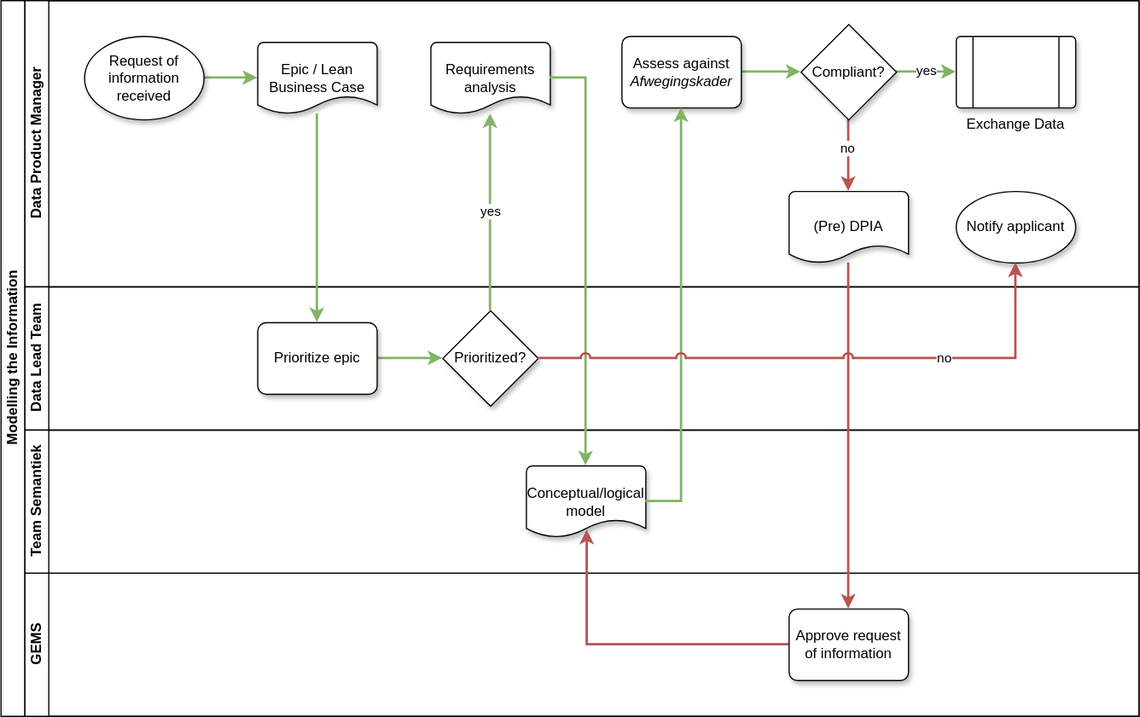
Earlier version of the draw.io export docs/assets/images/process/modelling-the-information.drawio.svg (Netbeheer-Nederland/data-products). Source tidied: cells renumbered, new cells last; positions are measured from the earlier drawing's top-left corner, leaving out a move shared by most shapes.
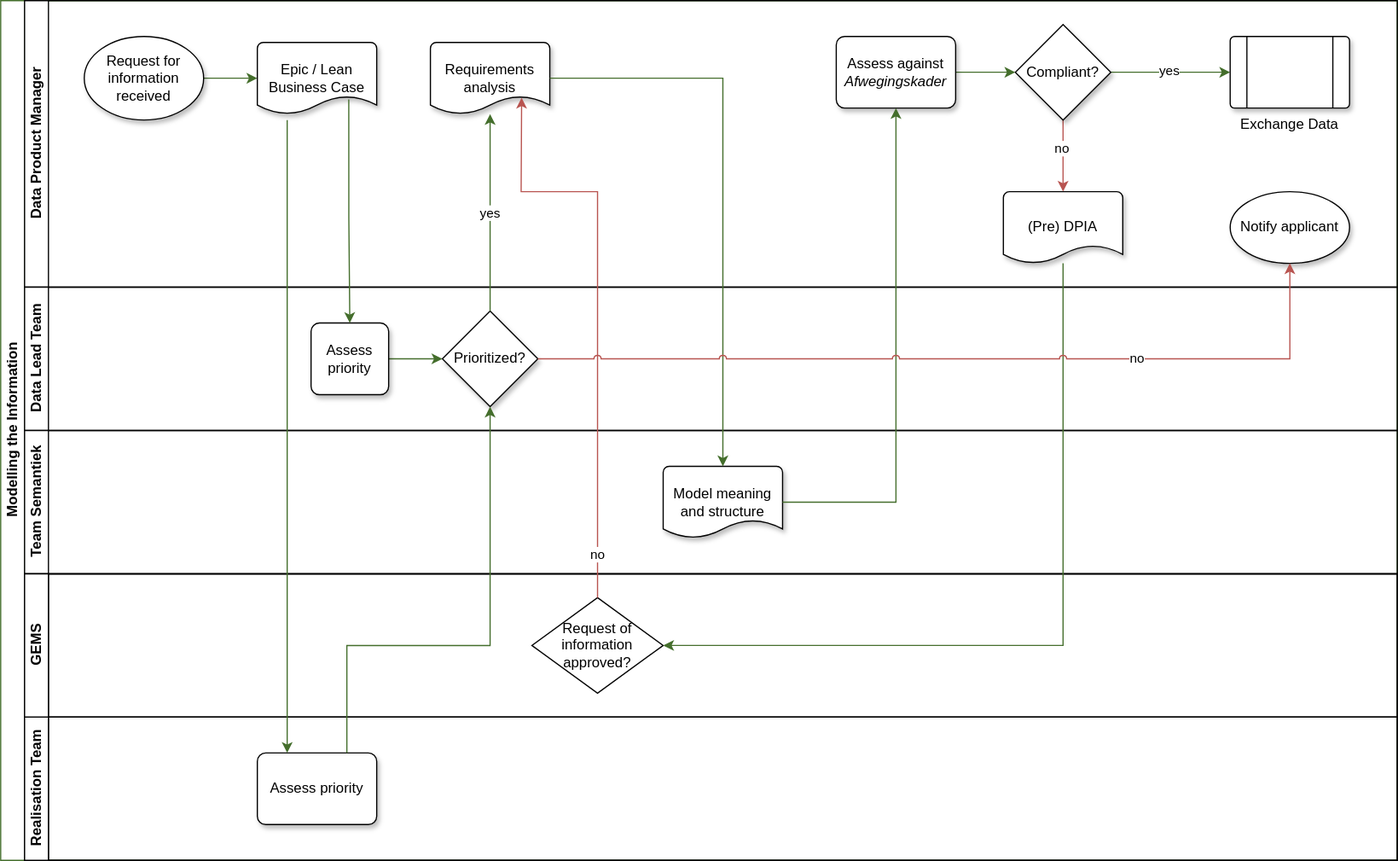
The same file after the commit.

Change to the diagram source:
```diff
@@ -2,113 +2,146 @@
   <root>
     <mxCell id="0" />
     <mxCell id="1" parent="0" />
-    <mxCell id="2" value="Modelling the Information" style="swimlane;html=1;horizontal=0;startSize=20;fontFamily=Helvetica;" parent="1" vertex="1">
-      <mxGeometry width="953" height="600" as="geometry" />
+    <mxCell id="2" value="Modelling the Information" style="swimlane;html=1;horizontal=0;startSize=20;fontFamily=Helvetica;strokeColor=#446E2C;" parent="1" vertex="1">
+      <mxGeometry width="1170" height="720" as="geometry" />
     </mxCell>
-    <mxCell id="3" value="Data Product Manager" style="swimlane;html=1;startSize=20;horizontal=0;fontFamily=Helvetica;" parent="2" vertex="1">
-      <mxGeometry x="20" width="933" height="240" as="geometry" />
+    <mxCell id="3" value="Data Product Manager" style="swimlane;html=1;startSize=20;horizontal=0;fontFamily=Helvetica;strokeColor=light-dark(#000000,#000000);" parent="2" vertex="1">
+      <mxGeometry x="20" width="1150" height="240" as="geometry" />
     </mxCell>
-    <mxCell id="4" style="edgeStyle=orthogonalEdgeStyle;rounded=0;jettySize=auto;html=1;fillColor=#d5e8d4;strokeColor=#82b366;strokeWidth=2;fontFamily=Helvetica;" parent="3" edge="1" source="5" target="6">
-      <mxGeometry relative="1" as="geometry" />
-    </mxCell>
-    <mxCell id="5" value="&lt;div&gt;Request of information&lt;/div&gt;received" style="strokeWidth=1;html=1;shape=mxgraph.flowchart.start_1;whiteSpace=wrap;fontFamily=Helvetica;textShadow=0;shadow=1;" parent="3" vertex="1">
-      <mxGeometry x="50" y="30" width="100" height="70" as="geometry" />
-    </mxCell>
+    <mxCell id="33" style="edgeStyle=orthogonalEdgeStyle;rounded=0;jettySize=auto;html=1;fillColor=#d5e8d4;strokeColor=light-dark(#446E2C,#446E2C);strokeWidth=1;fontFamily=Helvetica;" parent="3" edge="1" source="34" target="6">
+      <mxGeometry relative="1" as="geometry" />
+    </mxCell>
+    <mxCell id="34" value="&lt;div&gt;Request for information&lt;/div&gt;received" style="strokeWidth=1;html=1;shape=mxgraph.flowchart.start_1;whiteSpace=wrap;fontFamily=Helvetica;textShadow=0;shadow=1;strokeColor=#000000;" parent="3" vertex="1">
+      <mxGeometry x="50" y="30" width="100" height="70" as="geometry" />
+    </mxCell>
-    <mxCell id="6" value="&lt;div&gt;Epic / Lean Business Case&lt;/div&gt;" style="strokeWidth=1;html=1;shape=mxgraph.flowchart.document2;whiteSpace=wrap;size=0.25;fontFamily=Helvetica;textShadow=0;shadow=1;" parent="3" vertex="1">
+    <mxCell id="6" value="&lt;div&gt;Epic / Lean Business Case&lt;/div&gt;" style="strokeWidth=1;html=1;shape=mxgraph.flowchart.document2;whiteSpace=wrap;size=0.25;fontFamily=Helvetica;textShadow=0;shadow=1;strokeColor=#000000;" parent="3" vertex="1">
       <mxGeometry x="195" y="35" width="100" height="60" as="geometry" />
     </mxCell>
-    <mxCell id="7" value="Requirements analysis" style="strokeWidth=1;html=1;shape=mxgraph.flowchart.document2;whiteSpace=wrap;size=0.25;fontFamily=Helvetica;textShadow=0;shadow=1;" parent="3" vertex="1">
+    <mxCell id="7" value="Requirements analysis" style="strokeWidth=1;html=1;shape=mxgraph.flowchart.document2;whiteSpace=wrap;size=0.25;fontFamily=Helvetica;textShadow=0;shadow=1;strokeColor=#000000;" parent="3" vertex="1">
       <mxGeometry x="340" y="35" width="100" height="60" as="geometry" />
     </mxCell>
+    <mxCell id="18" value="Data Lead Team" style="swimlane;html=1;startSize=20;horizontal=0;fontFamily=Helvetica;strokeColor=light-dark(#000000,#000000);" parent="2" vertex="1">
+      <mxGeometry x="20" y="240" width="1150" height="120" as="geometry" />
+    </mxCell>
+    <mxCell id="35" style="edgeStyle=orthogonalEdgeStyle;rounded=0;jettySize=auto;html=1;fillColor=#d5e8d4;strokeColor=light-dark(#446E2C,#446E2C);strokeWidth=1;fontFamily=Helvetica;" parent="18" edge="1" source="36" target="21">
+      <mxGeometry relative="1" as="geometry" />
+    </mxCell>
+    <mxCell id="36" value="Assess priority" style="rounded=1;whiteSpace=wrap;html=1;absoluteArcSize=1;arcSize=14;strokeWidth=1;fontFamily=Helvetica;textShadow=0;shadow=1;strokeColor=#000000;" parent="18" vertex="1">
+      <mxGeometry x="240" y="30" width="65" height="60" as="geometry" />
+    </mxCell>
+    <mxCell id="21" value="Prioritized?" style="strokeWidth=1;html=1;shape=mxgraph.flowchart.decision;whiteSpace=wrap;fontFamily=Helvetica;textShadow=0;shadow=1;strokeColor=#000000;" parent="18" vertex="1">
+      <mxGeometry x="350" y="20" width="80" height="80" as="geometry" />
+    </mxCell>
+    <mxCell id="22" value="Team Semantiek" style="swimlane;html=1;startSize=20;horizontal=0;fontFamily=Helvetica;strokeColor=light-dark(#000000,#000000);" parent="2" vertex="1">
+      <mxGeometry x="20" y="360" width="1150" height="120" as="geometry" />
+    </mxCell>
+    <mxCell id="37" value="Model meaning and structure" style="strokeWidth=1;html=1;shape=mxgraph.flowchart.document2;whiteSpace=wrap;size=0.25;fontFamily=Helvetica;textShadow=0;shadow=1;strokeColor=#000000;" parent="22" vertex="1">
+      <mxGeometry x="535" y="30" width="100" height="60" as="geometry" />
+    </mxCell>
+    <mxCell id="38" style="swimlane;html=1;startSize=20;horizontal=0;fontFamily=Helvetica;strokeColor=light-dark(#000000,#000000);" parent="2" vertex="1">
+      <mxGeometry x="20" y="480" width="1150" height="120" as="geometry" />
+    </mxCell>
+    <mxCell id="39" style="swimlane;html=1;startSize=20;horizontal=0;fontFamily=Helvetica;strokeColor=light-dark(#000000,#000000);" parent="2" vertex="1">
+      <mxGeometry x="20" y="600" width="1150" height="120" as="geometry" />
+    </mxCell>
+    <mxCell id="40" style="endArrow=classic;html=1;rounded=0;exitX=1;exitY=0.5;exitDx=0;exitDy=0;exitPerimeter=0;entryX=0.5;entryY=0;entryDx=0;entryDy=0;entryPerimeter=0;fillColor=#d5e8d4;strokeColor=light-dark(#446E2C,#446E2C);strokeWidth=1;fontFamily=Helvetica;" parent="2" edge="1" source="7" target="37">
+      <mxGeometry relative="1" as="geometry">
+        <Array as="points">
+          <mxPoint x="605" y="65" />
+        </Array>
+      </mxGeometry>
+    </mxCell>
+    <mxCell id="41" style="edgeStyle=orthogonalEdgeStyle;rounded=0;jettySize=auto;html=1;fillColor=#d5e8d4;strokeColor=light-dark(#446E2C,#446E2C);strokeWidth=1;fontFamily=Helvetica;exitX=0.766;exitY=0.796;exitDx=0;exitDy=0;exitPerimeter=0;" parent="2" edge="1" source="6" target="36">
+      <mxGeometry relative="1" as="geometry" />
+    </mxCell>
+    <mxCell id="28" value="yes" style="edgeStyle=orthogonalEdgeStyle;rounded=0;jettySize=auto;html=1;fillColor=#d5e8d4;strokeColor=light-dark(#446E2C,#446E2C);strokeWidth=1;fontFamily=Helvetica;" parent="2" edge="1" source="21" target="7">
+      <mxGeometry relative="1" as="geometry" />
+    </mxCell>
+    <mxCell id="24" value="GEMS" style="swimlane;html=1;startSize=20;horizontal=0;fontFamily=Helvetica;strokeColor=default;" parent="1" vertex="1">
+      <mxGeometry x="20" y="480" width="1150" height="120" as="geometry" />
+    </mxCell>
+    <mxCell id="42" value="Request of information approved?" style="rhombus;whiteSpace=wrap;html=1;" parent="24" vertex="1">
+      <mxGeometry x="425" y="20" width="110" height="80" as="geometry" />
+    </mxCell>
+    <mxCell id="43" value="Realisation Team" style="swimlane;html=1;startSize=20;horizontal=0;fontFamily=Helvetica;strokeColor=default;" parent="1" vertex="1">
+      <mxGeometry x="20" y="600" width="1150" height="120" as="geometry" />
+    </mxCell>
+    <mxCell id="44" value="Assess priority" style="rounded=1;whiteSpace=wrap;html=1;absoluteArcSize=1;arcSize=14;strokeWidth=1;fontFamily=Helvetica;textShadow=0;shadow=1;strokeColor=#000000;" parent="43" vertex="1">
+      <mxGeometry x="195" y="30" width="100" height="60" as="geometry" />
+    </mxCell>
+    <mxCell id="45" style="endArrow=classic;html=1;rounded=0;fillColor=#f8cecc;strokeColor=light-dark(#446E2C,#446E2C);strokeWidth=1;fontFamily=Helvetica;entryX=1;entryY=0.5;entryDx=0;entryDy=0;" parent="1" edge="1" source="15" target="42">
+      <mxGeometry relative="1" as="geometry">
+        <Array as="points">
+          <mxPoint x="890" y="540" />
+        </Array>
+      </mxGeometry>
+    </mxCell>
+    <mxCell id="46" style="edgeStyle=orthogonalEdgeStyle;rounded=0;jettySize=auto;html=1;entryX=0.25;entryY=0;entryDx=0;entryDy=0;strokeColor=light-dark(#446E2C,#446E2C);strokeWidth=1;" parent="1" edge="1" target="44">
+      <mxGeometry relative="1" as="geometry">
+        <mxPoint x="240" y="100" as="sourcePoint" />
+      </mxGeometry>
+    </mxCell>
+    <mxCell id="47" style="edgeStyle=orthogonalEdgeStyle;rounded=0;jettySize=auto;html=1;exitX=0.75;exitY=0;exitDx=0;exitDy=0;strokeWidth=1;strokeColor=light-dark(#446E2C,#446E2C);" parent="1" edge="1" source="44" target="21">
+      <mxGeometry relative="1" as="geometry">
+        <Array as="points">
+          <mxPoint x="290" y="540" />
+          <mxPoint x="410" y="540" />
+        </Array>
+      </mxGeometry>
+    </mxCell>
+    <mxCell id="48" value="no" style="endArrow=classic;html=1;rounded=0;fillColor=#f8cecc;strokeColor=#b85450;strokeWidth=1;entryX=0.764;entryY=0.772;entryDx=0;entryDy=0;entryPerimeter=0;exitX=0.5;exitY=0;exitDx=0;exitDy=0;fontFamily=Helvetica;" parent="1" edge="1" source="42" target="7">
+      <mxGeometry x="-0.85" relative="1" as="geometry">
+        <Array as="points">
+          <mxPoint x="500" y="410" />
+          <mxPoint x="500" y="280" />
+          <mxPoint x="500" y="190" />
+          <mxPoint x="500" y="160" />
+          <mxPoint x="460" y="160" />
+          <mxPoint x="436" y="160" />
+        </Array>
+      </mxGeometry>
+    </mxCell>
-    <mxCell id="8" style="edgeStyle=orthogonalEdgeStyle;rounded=0;jettySize=auto;html=1;fillColor=#d5e8d4;strokeColor=#82b366;strokeWidth=2;fontFamily=Helvetica;" parent="3" edge="1" source="9" target="14">
+    <mxCell id="8" style="edgeStyle=orthogonalEdgeStyle;rounded=0;jettySize=auto;html=1;fillColor=#d5e8d4;strokeColor=light-dark(#446E2C,#446E2C);strokeWidth=1;fontFamily=Helvetica;" parent="1" edge="1" source="9" target="14">
       <mxGeometry relative="1" as="geometry" />
     </mxCell>
-    <mxCell id="9" value="&lt;div&gt;Assess against &lt;i&gt;Afwegingskader&lt;/i&gt;&lt;/div&gt;" style="rounded=1;whiteSpace=wrap;html=1;absoluteArcSize=1;arcSize=14;strokeWidth=1;fontFamily=Helvetica;textShadow=0;shadow=1;" parent="3" vertex="1">
-      <mxGeometry x="500" y="30" width="100" height="60" as="geometry" />
+    <mxCell id="9" value="&lt;div&gt;Assess against &lt;i&gt;Afwegingskader&lt;/i&gt;&lt;/div&gt;" style="rounded=1;whiteSpace=wrap;html=1;absoluteArcSize=1;arcSize=14;strokeWidth=1;fontFamily=Helvetica;textShadow=0;shadow=1;strokeColor=#000000;" parent="1" vertex="1">
+      <mxGeometry x="700" y="30" width="100" height="60" as="geometry" />
     </mxCell>
-    <mxCell id="10" style="edgeStyle=orthogonalEdgeStyle;rounded=0;jettySize=auto;html=1;fillColor=#f8cecc;strokeColor=#b85450;strokeWidth=2;fontFamily=Helvetica;" parent="3" edge="1" source="14" target="15">
+    <mxCell id="10" style="edgeStyle=orthogonalEdgeStyle;rounded=0;jettySize=auto;html=1;fillColor=#f8cecc;strokeColor=#b85450;strokeWidth=1;fontFamily=Helvetica;" parent="1" edge="1" source="14" target="15">
       <mxGeometry relative="1" as="geometry" />
     </mxCell>
-    <mxCell id="11" value="no" style="edgeLabel;html=1;align=center;verticalAlign=middle;fontFamily=Helvetica;" parent="10" vertex="1">
-      <mxGeometry x="-0.23" y="-2" relative="1" as="geometry" />
-    </mxCell>
+    <mxCell id="49" value="no" style="edgeLabel;html=1;align=center;verticalAlign=middle;fontFamily=Helvetica;strokeColor=#446E2C;" parent="10" vertex="1">
+      <mxGeometry x="-0.23" y="-2" relative="1" as="geometry" />
+    </mxCell>
-    <mxCell id="12" style="edgeStyle=orthogonalEdgeStyle;rounded=0;jettySize=auto;html=1;fillColor=#d5e8d4;strokeColor=#82b366;strokeWidth=2;fontFamily=Helvetica;" parent="3" edge="1" source="14" target="16">
+    <mxCell id="12" style="edgeStyle=orthogonalEdgeStyle;rounded=0;jettySize=auto;html=1;fillColor=#d5e8d4;strokeColor=#446E2C;strokeWidth=1;fontFamily=Helvetica;" parent="1" edge="1" source="14" target="16">
       <mxGeometry relative="1" as="geometry" />
     </mxCell>
-    <mxCell id="13" value="yes" style="edgeLabel;html=1;align=center;verticalAlign=middle;fontFamily=Helvetica;" parent="12" vertex="1">
-      <mxGeometry x="-0.04" y="2" relative="1" as="geometry" />
-    </mxCell>
+    <mxCell id="50" value="yes" style="edgeLabel;html=1;align=center;verticalAlign=middle;fontFamily=Helvetica;strokeColor=light-dark(#446E2C,#446E2C);" parent="12" vertex="1">
+      <mxGeometry x="-0.04" y="2" relative="1" as="geometry" />
+    </mxCell>
-    <mxCell id="14" value="Compliant?" style="strokeWidth=1;html=1;shape=mxgraph.flowchart.decision;whiteSpace=wrap;fontFamily=Helvetica;textShadow=0;shadow=1;" parent="3" vertex="1">
-      <mxGeometry x="650" y="20" width="80" height="80" as="geometry" />
+    <mxCell id="14" value="Compliant?" style="strokeWidth=1;html=1;shape=mxgraph.flowchart.decision;whiteSpace=wrap;fontFamily=Helvetica;textShadow=0;shadow=1;strokeColor=#000000;" parent="1" vertex="1">
+      <mxGeometry x="850" y="20" width="80" height="80" as="geometry" />
     </mxCell>
-    <mxCell id="15" value="(Pre) DPIA" style="strokeWidth=1;html=1;shape=mxgraph.flowchart.document2;whiteSpace=wrap;size=0.25;fontFamily=Helvetica;textShadow=0;shadow=1;" parent="3" vertex="1">
-      <mxGeometry x="640" y="160" width="100" height="60" as="geometry" />
+    <mxCell id="15" value="(Pre) DPIA" style="strokeWidth=1;html=1;shape=mxgraph.flowchart.document2;whiteSpace=wrap;size=0.25;fontFamily=Helvetica;textShadow=0;shadow=1;strokeColor=#000000;" parent="1" vertex="1">
+      <mxGeometry x="840" y="160" width="100" height="60" as="geometry" />
     </mxCell>
-    <mxCell id="16" value="Exchange Data" style="verticalLabelPosition=bottom;verticalAlign=top;html=1;shape=process;whiteSpace=wrap;rounded=1;size=0.14;arcSize=6;fontFamily=Helvetica;textShadow=0;shadow=1;" parent="3" vertex="1">
-      <mxGeometry x="780" y="30" width="100" height="60" as="geometry" />
+    <mxCell id="16" value="Exchange Data" style="verticalLabelPosition=bottom;verticalAlign=top;html=1;shape=process;whiteSpace=wrap;rounded=1;size=0.14;arcSize=6;fontFamily=Helvetica;textShadow=0;shadow=1;strokeColor=#000000;" parent="1" vertex="1">
+      <mxGeometry x="1030" y="30" width="100" height="60" as="geometry" />
     </mxCell>
-    <mxCell id="17" value="Notify applicant" style="strokeWidth=1;html=1;shape=mxgraph.flowchart.start_1;whiteSpace=wrap;fontFamily=Helvetica;textShadow=0;shadow=1;" parent="3" vertex="1">
-      <mxGeometry x="780" y="160" width="100" height="60" as="geometry" />
+    <mxCell id="17" value="Notify applicant" style="strokeWidth=1;html=1;shape=mxgraph.flowchart.start_1;whiteSpace=wrap;fontFamily=Helvetica;textShadow=0;shadow=1;strokeColor=#000000;" parent="1" vertex="1">
+      <mxGeometry x="1030" y="160" width="100" height="60" as="geometry" />
     </mxCell>
-    <mxCell id="18" value="Data Lead Team" style="swimlane;html=1;startSize=20;horizontal=0;fontFamily=Helvetica;" parent="2" vertex="1">
-      <mxGeometry x="20" y="240" width="933" height="120" as="geometry" />
-    </mxCell>
-    <mxCell id="19" style="edgeStyle=orthogonalEdgeStyle;rounded=0;jettySize=auto;html=1;fillColor=#d5e8d4;strokeColor=#82b366;strokeWidth=2;fontFamily=Helvetica;" parent="18" edge="1" source="20" target="21">
-      <mxGeometry relative="1" as="geometry" />
-    </mxCell>
-    <mxCell id="20" value="Prioritize epic" style="rounded=1;whiteSpace=wrap;html=1;absoluteArcSize=1;arcSize=14;strokeWidth=1;fontFamily=Helvetica;textShadow=0;shadow=1;" parent="18" vertex="1">
-      <mxGeometry x="195" y="30" width="100" height="60" as="geometry" />
-    </mxCell>
-    <mxCell id="21" value="Prioritized?" style="strokeWidth=1;html=1;shape=mxgraph.flowchart.decision;whiteSpace=wrap;fontFamily=Helvetica;textShadow=0;shadow=1;" parent="18" vertex="1">
-      <mxGeometry x="350" y="20" width="80" height="80" as="geometry" />
-    </mxCell>
-    <mxCell id="22" value="Team Semantiek" style="swimlane;html=1;startSize=20;horizontal=0;fontFamily=Helvetica;" parent="2" vertex="1">
-      <mxGeometry x="20" y="360" width="933" height="120" as="geometry" />
-    </mxCell>
-    <mxCell id="23" value="Conceptual/logical model" style="strokeWidth=1;html=1;shape=mxgraph.flowchart.document2;whiteSpace=wrap;size=0.25;fontFamily=Helvetica;textShadow=0;shadow=1;" parent="22" vertex="1">
-      <mxGeometry x="420" y="30" width="100" height="60" as="geometry" />
-    </mxCell>
-    <mxCell id="24" value="GEMS" style="swimlane;html=1;startSize=20;horizontal=0;fontFamily=Helvetica;" parent="2" vertex="1">
-      <mxGeometry x="20" y="480" width="933" height="120" as="geometry" />
-    </mxCell>
-    <mxCell id="25" value="Approve request of information" style="rounded=1;whiteSpace=wrap;html=1;absoluteArcSize=1;arcSize=14;strokeWidth=1;fontFamily=Helvetica;textShadow=0;shadow=1;" parent="24" vertex="1">
-      <mxGeometry x="640" y="30" width="100" height="60" as="geometry" />
-    </mxCell>
-    <mxCell id="26" style="endArrow=classic;html=1;rounded=0;exitX=1;exitY=0.5;exitDx=0;exitDy=0;exitPerimeter=0;entryX=0.5;entryY=0;entryDx=0;entryDy=0;entryPerimeter=0;fillColor=#d5e8d4;strokeColor=#82b366;strokeWidth=2;fontFamily=Helvetica;" parent="2" edge="1" source="7" target="23">
-      <mxGeometry relative="1" as="geometry">
-        <Array as="points">
-          <mxPoint x="490" y="65" />
-        </Array>
-      </mxGeometry>
-    </mxCell>
-    <mxCell id="27" style="edgeStyle=orthogonalEdgeStyle;rounded=0;jettySize=auto;html=1;fillColor=#d5e8d4;strokeColor=#82b366;strokeWidth=2;fontFamily=Helvetica;" parent="2" edge="1" source="6" target="20">
-      <mxGeometry relative="1" as="geometry" />
-    </mxCell>
-    <mxCell id="28" value="yes" style="edgeStyle=orthogonalEdgeStyle;rounded=0;jettySize=auto;html=1;fillColor=#d5e8d4;strokeColor=#82b366;strokeWidth=2;fontFamily=Helvetica;" parent="2" edge="1" source="21" target="7">
-      <mxGeometry relative="1" as="geometry" />
-    </mxCell>
-    <mxCell id="29" style="endArrow=classic;html=1;rounded=0;entryX=0.5;entryY=0;entryDx=0;entryDy=0;fillColor=#f8cecc;strokeColor=#b85450;strokeWidth=2;fontFamily=Helvetica;" parent="2" edge="1" source="15" target="25">
-      <mxGeometry relative="1" as="geometry" />
-    </mxCell>
-    <mxCell id="30" style="endArrow=classic;html=1;rounded=0;exitX=1;exitY=0.5;exitDx=0;exitDy=0;exitPerimeter=0;entryX=0.5;entryY=1;entryDx=0;entryDy=0;fillColor=#d5e8d4;strokeColor=#82b366;strokeWidth=2;fontFamily=Helvetica;" parent="2" edge="1" source="23" target="9">
-      <mxGeometry relative="1" as="geometry">
-        <Array as="points">
-          <mxPoint x="570" y="420" />
-        </Array>
-      </mxGeometry>
-    </mxCell>
-    <mxCell id="31" style="endArrow=classic;html=1;rounded=0;fillColor=#f8cecc;strokeColor=#b85450;strokeWidth=2;entryX=0.47;entryY=0.9;entryDx=0;entryDy=0;entryPerimeter=0;exitX=0;exitY=0.5;exitDx=0;exitDy=0;fontFamily=Helvetica;" parent="2" edge="1" source="25">
-      <mxGeometry relative="1" as="geometry">
-        <mxPoint x="491" y="444" as="targetPoint" />
-        <Array as="points">
-          <mxPoint x="491" y="540" />
-        </Array>
-      </mxGeometry>
-    </mxCell>
+    <mxCell id="51" style="endArrow=classic;html=1;rounded=0;exitX=1;exitY=0.5;exitDx=0;exitDy=0;exitPerimeter=0;entryX=0.5;entryY=1;entryDx=0;entryDy=0;fillColor=#d5e8d4;strokeColor=light-dark(#446E2C,#446E2C);strokeWidth=1;fontFamily=Helvetica;" parent="1" edge="1" source="37" target="9">
+      <mxGeometry relative="1" as="geometry">
+        <Array as="points">
+          <mxPoint x="750" y="420" />
+        </Array>
+      </mxGeometry>
+    </mxCell>
-    <mxCell id="32" value="no" style="endArrow=classic;html=1;rounded=0;exitX=1;exitY=0.5;exitDx=0;exitDy=0;exitPerimeter=0;fillColor=#f8cecc;strokeColor=#b85450;strokeWidth=2;entryX=0.5;entryY=1;entryDx=0;entryDy=0;entryPerimeter=0;jumpStyle=arc;fontFamily=Helvetica;" parent="2" edge="1" source="21" target="17">
+    <mxCell id="32" value="no" style="endArrow=classic;html=1;rounded=0;exitX=1;exitY=0.5;exitDx=0;exitDy=0;exitPerimeter=0;fillColor=#f8cecc;strokeColor=#b85450;strokeWidth=1;entryX=0.5;entryY=1;entryDx=0;entryDy=0;entryPerimeter=0;jumpStyle=arc;fontFamily=Helvetica;" parent="1" edge="1" source="21" target="17">
       <mxGeometry x="0.42" relative="1" as="geometry">
         <Array as="points">
-          <mxPoint x="850" y="300" />
+          <mxPoint x="1080" y="300" />
         </Array>
       </mxGeometry>
     </mxCell>
```
